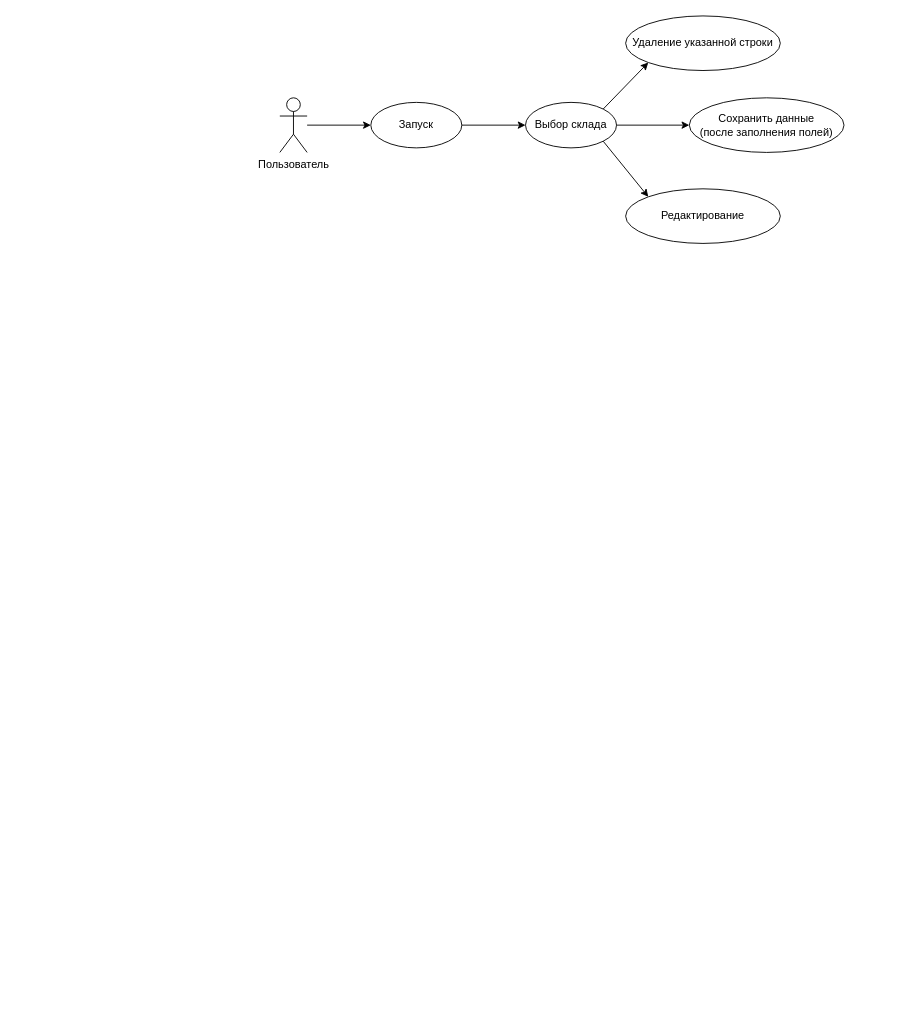
This is Диаграмма прецедентов.drawio from Aazmandiuc/MDK_01.01, a draw.io file, before an edit. Source tidied: cells renumbered, new cells numbered last; positions are measured from the earlier drawing's top-left corner, leaving out a move shared by most shapes. Both pictures are drawn from the tidied source at 91%, with x=0, y=0 at pixel (279, 15).
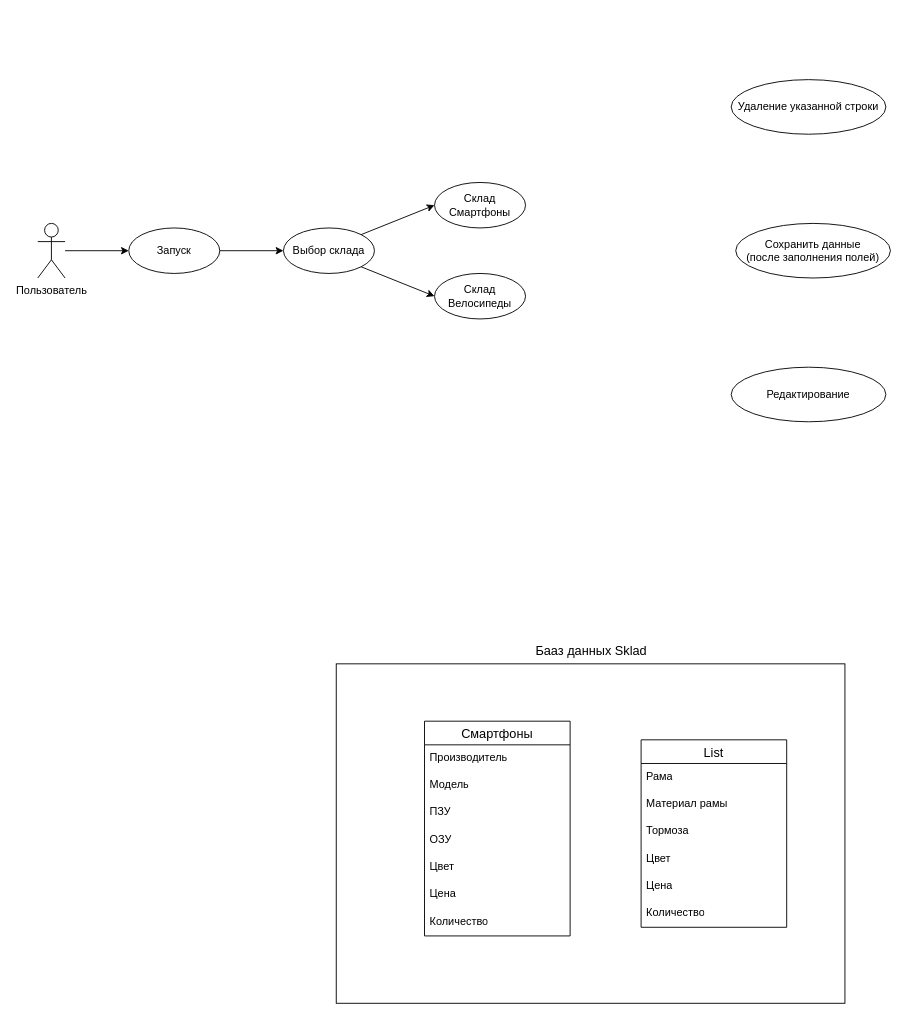
The same page after the edit.

Diff of the diagram source:
```diff
@@
+    <mxCell id="13" style="rounded=0;whiteSpace=wrap;html=1;" parent="1" vertex="1">
+      <mxGeometry x="62" y="712" width="559" height="373" as="geometry" />
+    </mxCell>
@@
     <mxCell id="3" value="Пользователь" style="shape=umlActor;verticalLabelPosition=bottom;verticalAlign=top;html=1;outlineConnect=0;" parent="1" vertex="1">
-      <mxGeometry y="90" width="30" height="60" as="geometry" />
+      <mxGeometry x="-266" y="228" width="30" height="60" as="geometry" />
     </mxCell>
@@
     <mxCell id="5" value="Запуск" style="ellipse;whiteSpace=wrap;html=1;" parent="1" vertex="1">
-      <mxGeometry x="100" y="95" width="100" height="50" as="geometry" />
+      <mxGeometry x="-166" y="233" width="100" height="50" as="geometry" />
     </mxCell>
-    <mxCell id="6" style="edgeStyle=orthogonalEdgeStyle;rounded=0;jettySize=auto;html=1;exitX=1;exitY=0.5;exitDx=0;exitDy=0;entryX=0;entryY=0.5;entryDx=0;entryDy=0;" parent="1" edge="1" source="7" target="8">
-      <mxGeometry relative="1" as="geometry" />
-    </mxCell>
     <mxCell id="7" value="Выбор склада" style="ellipse;whiteSpace=wrap;html=1;" parent="1" vertex="1">
-      <mxGeometry x="270" y="95" width="100" height="50" as="geometry" />
+      <mxGeometry x="4" y="233" width="100" height="50" as="geometry" />
     </mxCell>
     <mxCell id="8" value="Сохранить данные&lt;br&gt;(после заполнения полей)" style="ellipse;whiteSpace=wrap;html=1;" parent="1" vertex="1">
-      <mxGeometry x="450" y="90" width="170" height="60" as="geometry" />
+      <mxGeometry x="501" y="228" width="170" height="60" as="geometry" />
     </mxCell>
     <mxCell id="9" value="Удаление указанной строки" style="ellipse;whiteSpace=wrap;html=1;" parent="1" vertex="1">
-      <mxGeometry x="380" width="170" height="60" as="geometry" />
+      <mxGeometry x="496" y="70" width="170" height="60" as="geometry" />
     </mxCell>
     <mxCell id="10" value="Редактирование" style="ellipse;whiteSpace=wrap;html=1;" parent="1" vertex="1">
-      <mxGeometry x="380" y="190" width="170" height="60" as="geometry" />
+      <mxGeometry x="496" y="386" width="170" height="60" as="geometry" />
     </mxCell>
-    <mxCell id="11" style="endArrow=classic;html=1;rounded=0;exitX=1;exitY=1;exitDx=0;exitDy=0;entryX=0;entryY=0;entryDx=0;entryDy=0;" parent="1" edge="1" source="7" target="10">
-      <mxGeometry relative="1" as="geometry" />
-    </mxCell>
-    <mxCell id="12" style="endArrow=classic;html=1;rounded=0;exitX=1;exitY=0;exitDx=0;exitDy=0;entryX=0;entryY=1;entryDx=0;entryDy=0;" parent="1" edge="1" source="7" target="9">
-      <mxGeometry relative="1" as="geometry" />
-    </mxCell>
+    <mxCell id="14" value="Склад Смартфоны" style="ellipse;whiteSpace=wrap;html=1;" parent="1" vertex="1">
+      <mxGeometry x="170" y="183" width="100" height="50" as="geometry" />
+    </mxCell>
+    <mxCell id="15" value="Склад Велосипеды" style="ellipse;whiteSpace=wrap;html=1;" parent="1" vertex="1">
+      <mxGeometry x="170" y="283" width="100" height="50" as="geometry" />
+    </mxCell>
+    <mxCell id="16" style="endArrow=classic;html=1;rounded=0;entryX=0;entryY=0.5;entryDx=0;entryDy=0;exitX=1;exitY=0;exitDx=0;exitDy=0;" parent="1" edge="1" source="7" target="14">
+      <mxGeometry relative="1" as="geometry" />
+    </mxCell>
+    <mxCell id="17" style="endArrow=classic;html=1;rounded=0;entryX=0;entryY=0.5;entryDx=0;entryDy=0;exitX=1;exitY=1;exitDx=0;exitDy=0;" parent="1" edge="1" source="7" target="15">
+      <mxGeometry relative="1" as="geometry" />
+    </mxCell>
+    <mxCell id="18" value="Смартфоны" style="swimlane;fontStyle=0;horizontal=1;startSize=26;align=center;fontSize=14;" parent="1" vertex="1">
+      <mxGeometry x="159" y="775" width="160" height="236" as="geometry" />
+    </mxCell>
+    <mxCell id="19" value="Производитель" style="text;strokeColor=none;fillColor=none;spacingLeft=4;spacingRight=4;overflow=hidden;fontSize=12;whiteSpace=wrap;html=1;" parent="18" vertex="1">
+      <mxGeometry y="26" width="160" height="30" as="geometry" />
+    </mxCell>
+    <mxCell id="20" value="Модель" style="text;strokeColor=none;fillColor=none;spacingLeft=4;spacingRight=4;overflow=hidden;fontSize=12;whiteSpace=wrap;html=1;" parent="18" vertex="1">
+      <mxGeometry y="56" width="160" height="30" as="geometry" />
+    </mxCell>
+    <mxCell id="21" value="ПЗУ" style="text;strokeColor=none;fillColor=none;spacingLeft=4;spacingRight=4;overflow=hidden;fontSize=12;whiteSpace=wrap;html=1;" parent="18" vertex="1">
+      <mxGeometry y="86" width="160" height="30" as="geometry" />
+    </mxCell>
+    <mxCell id="22" value="ОЗУ" style="text;strokeColor=none;fillColor=none;spacingLeft=4;spacingRight=4;overflow=hidden;fontSize=12;whiteSpace=wrap;html=1;" parent="18" vertex="1">
+      <mxGeometry y="116" width="160" height="30" as="geometry" />
+    </mxCell>
+    <mxCell id="23" value="Цвет" style="text;strokeColor=none;fillColor=none;spacingLeft=4;spacingRight=4;overflow=hidden;fontSize=12;whiteSpace=wrap;html=1;" parent="18" vertex="1">
+      <mxGeometry y="146" width="160" height="30" as="geometry" />
+    </mxCell>
+    <mxCell id="24" value="Цена" style="text;strokeColor=none;fillColor=none;spacingLeft=4;spacingRight=4;overflow=hidden;fontSize=12;whiteSpace=wrap;html=1;" parent="18" vertex="1">
+      <mxGeometry y="176" width="160" height="30" as="geometry" />
+    </mxCell>
+    <mxCell id="25" value="Количество" style="text;strokeColor=none;fillColor=none;spacingLeft=4;spacingRight=4;overflow=hidden;fontSize=12;whiteSpace=wrap;html=1;" parent="18" vertex="1">
+      <mxGeometry y="206" width="160" height="30" as="geometry" />
+    </mxCell>
+    <mxCell id="26" value="List" style="swimlane;fontStyle=0;horizontal=1;startSize=26;align=center;fontSize=14;" parent="1" vertex="1">
+      <mxGeometry x="397" y="795.5" width="160" height="206" as="geometry" />
+    </mxCell>
+    <mxCell id="27" value="Рама" style="text;strokeColor=none;fillColor=none;spacingLeft=4;spacingRight=4;overflow=hidden;fontSize=12;whiteSpace=wrap;html=1;" parent="26" vertex="1">
+      <mxGeometry y="26" width="160" height="30" as="geometry" />
+    </mxCell>
+    <mxCell id="28" value="Материал рамы" style="text;strokeColor=none;fillColor=none;spacingLeft=4;spacingRight=4;overflow=hidden;fontSize=12;whiteSpace=wrap;html=1;" parent="26" vertex="1">
+      <mxGeometry y="56" width="160" height="30" as="geometry" />
+    </mxCell>
+    <mxCell id="29" value="Тормоза" style="text;strokeColor=none;fillColor=none;spacingLeft=4;spacingRight=4;overflow=hidden;fontSize=12;whiteSpace=wrap;html=1;" parent="26" vertex="1">
+      <mxGeometry y="86" width="160" height="30" as="geometry" />
+    </mxCell>
+    <mxCell id="30" value="Цвет" style="text;strokeColor=none;fillColor=none;spacingLeft=4;spacingRight=4;overflow=hidden;fontSize=12;whiteSpace=wrap;html=1;" parent="26" vertex="1">
+      <mxGeometry y="116" width="160" height="30" as="geometry" />
+    </mxCell>
+    <mxCell id="31" value="Цена" style="text;strokeColor=none;fillColor=none;spacingLeft=4;spacingRight=4;overflow=hidden;fontSize=12;whiteSpace=wrap;html=1;" parent="26" vertex="1">
+      <mxGeometry y="146" width="160" height="30" as="geometry" />
+    </mxCell>
+    <mxCell id="32" value="Количество" style="text;strokeColor=none;fillColor=none;spacingLeft=4;spacingRight=4;overflow=hidden;fontSize=12;whiteSpace=wrap;html=1;" parent="26" vertex="1">
+      <mxGeometry y="176" width="160" height="30" as="geometry" />
+    </mxCell>
+    <mxCell id="33" value="&lt;font style=&quot;font-size: 14px;&quot;&gt;Бааз данных&amp;nbsp;Sklad&lt;/font&gt;" style="text;html=1;align=center;verticalAlign=middle;strokeColor=none;fillColor=none;" parent="1" vertex="1">
+      <mxGeometry x="271.5" y="683" width="140" height="29" as="geometry" />
+    </mxCell>
```
